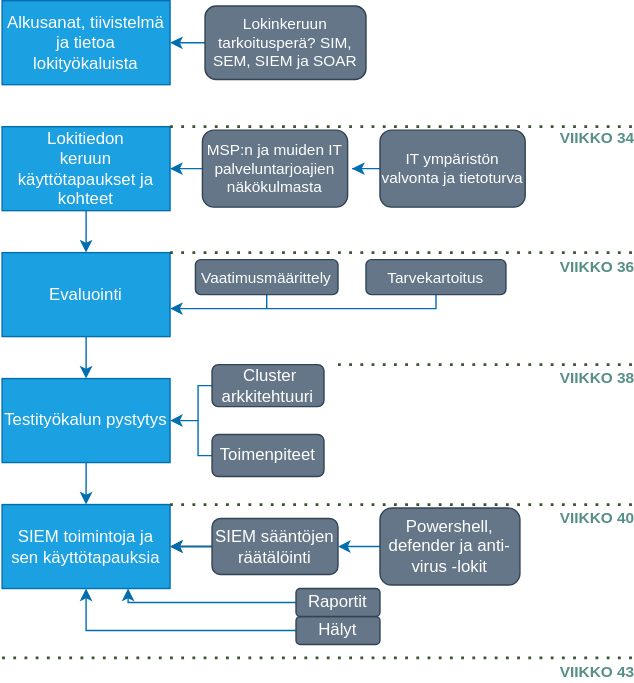
This is oppari_scope.svg from hirsmaki/oppari, a draw.io export, as it was before one commit. Source tidied: cells renumbered, new cells last; positions are measured from the earlier drawing's top-left corner, leaving out a move shared by most shapes.
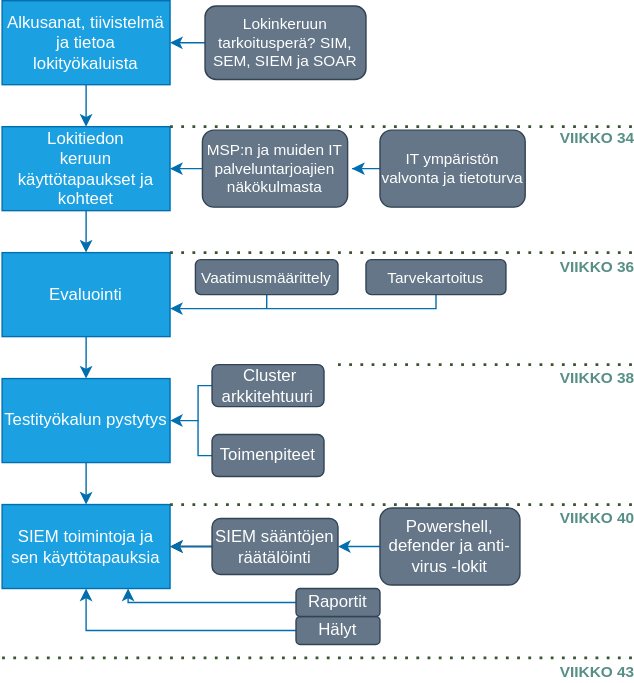
After the change.

Change to the diagram source:
```diff
@@ -8,6 +8,9 @@
     <mxCell id="3" value="Evaluointi" style="whiteSpace=wrap;html=1;fillColor=#1ba1e2;strokeColor=#006EAF;fontColor=#ffffff;" parent="1" vertex="1">
       <mxGeometry y="180" width="120" height="60" as="geometry" />
     </mxCell>
+    <mxCell id="43" style="edgeStyle=orthogonalEdgeStyle;rounded=0;jettySize=auto;html=1;entryX=0.5;entryY=0;entryDx=0;entryDy=0;endArrow=classic;endFill=1;strokeColor=#006EAF;" parent="1" edge="1" source="4" target="6">
+      <mxGeometry relative="1" as="geometry" />
+    </mxCell>
     <mxCell id="4" value="Alkusanat, tiivistelmä ja tietoa lokityökaluista" style="rounded=0;whiteSpace=wrap;html=1;fillColor=#1ba1e2;strokeColor=#006EAF;fontColor=#ffffff;" parent="1" vertex="1">
       <mxGeometry width="120" height="60" as="geometry" />
     </mxCell>
```
